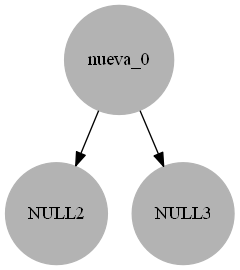
Before: Reporte.png, a diagram exported from Graphviz (loumisha96/EDD_1S2020_PY2_201602935). Its source is kept beside it as Reporte.dot.
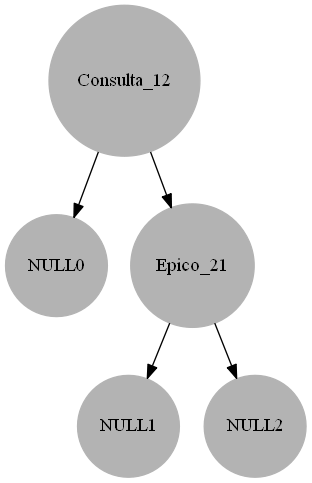
The same file after the commit.

The edit, as a diff of the source:
```diff
@@ -1,4 +1,6 @@
 digraph G{node[shape=circle, style=filled, color = Gray70];
-nueva_0->NULL2
-nueva_0->NULL3
+Consulta_12->NULL0
+Consulta_12->Epico_21
+Epico_21->NULL1
+Epico_21->NULL2
 }
```
